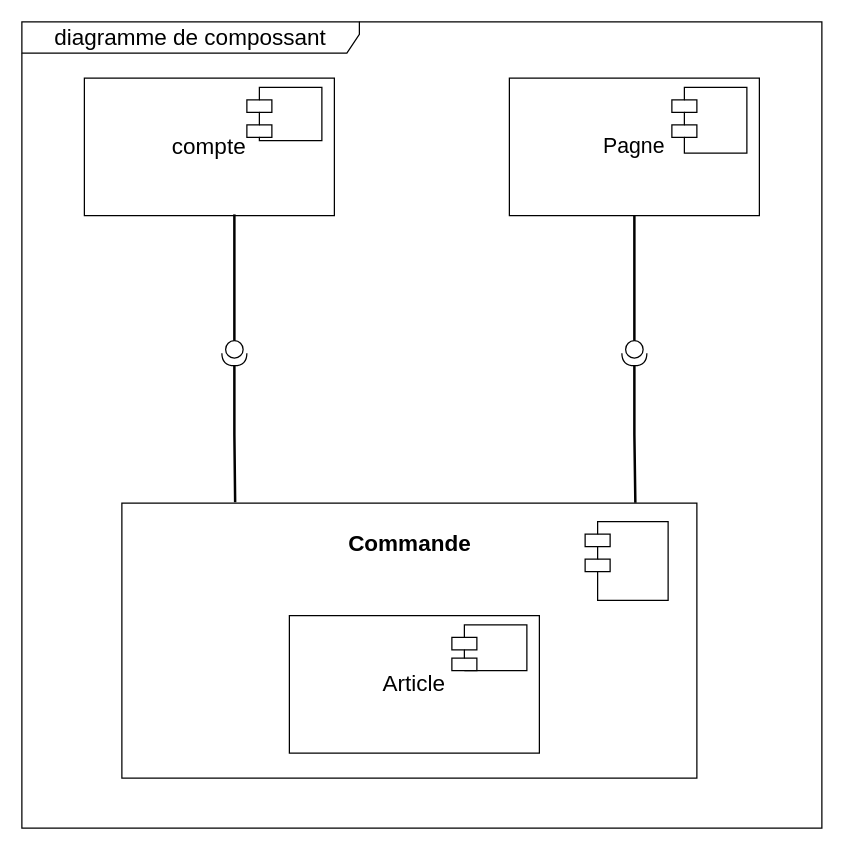
Before: res/composan.drawio in Meshavegas/Fadhyl-Store, a draw.io diagram. Source tidied: cells renumbered, new cells numbered last; positions are measured from the earlier drawing's top-left corner, leaving out a move shared by most shapes. Both pictures are drawn from the tidied source at 125%, with x=0, y=0 at pixel (21, 21).
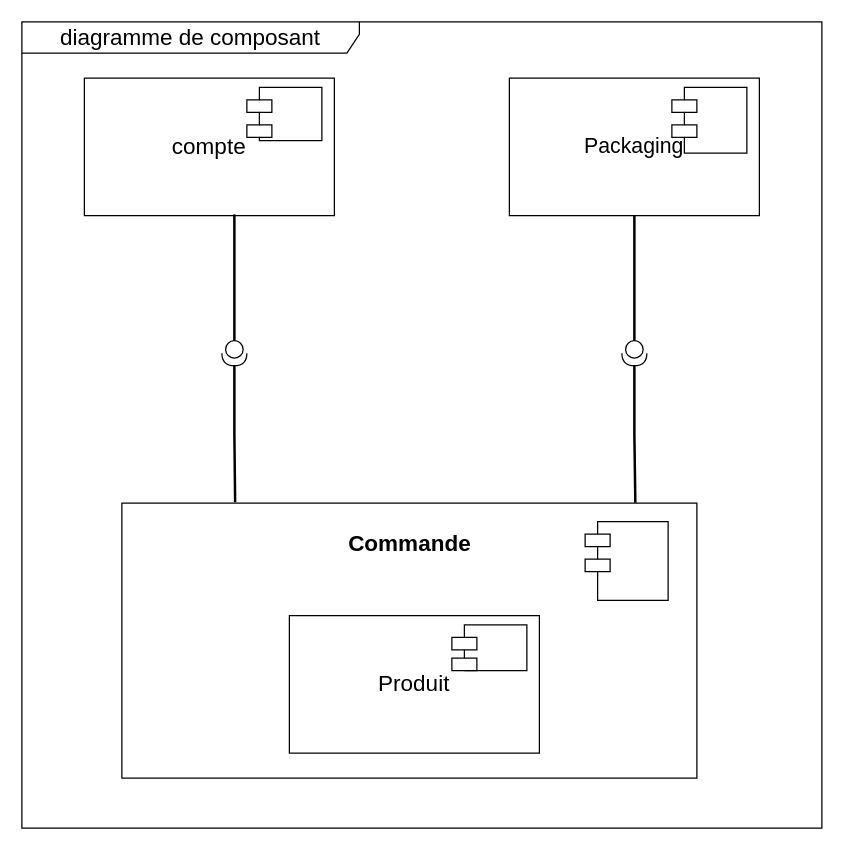
The same page after the edit.

The change refers to these unchanged cells:
```xml
<mxCell id="5" style="group;" parent="1" vertex="1">
  <mxGeometry x="390" y="45" width="200" height="110" as="geometry" />
</mxCell>
<mxCell id="11" style="group;" parent="8" vertex="1">
  <mxGeometry x="134" y="90" width="200" height="110" as="geometry" />
</mxCell>
```

What changed in the source:
```diff
@@
-    <mxCell id="6" value="&lt;font style=&quot;font-size: 17px;&quot;&gt;Pagne&lt;/font&gt;" style="rounded=0;whiteSpace=wrap;html=1;" parent="5" vertex="1">
+    <mxCell id="6" value="&lt;font style=&quot;font-size: 17px;&quot;&gt;Packaging&lt;/font&gt;" style="rounded=0;whiteSpace=wrap;html=1;" parent="5" vertex="1">
       <mxGeometry width="200" height="110" as="geometry" />
     </mxCell>
@@
-    <mxCell id="12" value="&lt;font style=&quot;font-size: 18px;&quot;&gt;Article&lt;/font&gt;" style="rounded=0;whiteSpace=wrap;html=1;" parent="11" vertex="1">
+    <mxCell id="12" value="&lt;font style=&quot;font-size: 18px;&quot;&gt;Produit&lt;/font&gt;" style="rounded=0;whiteSpace=wrap;html=1;" parent="11" vertex="1">
       <mxGeometry width="200" height="110" as="geometry" />
     </mxCell>
@@
-    <mxCell id="21" value="&lt;font style=&quot;font-size: 18px;&quot;&gt;diagramme de compossant&lt;/font&gt;" style="shape=umlFrame;whiteSpace=wrap;html=1;width=270;height=25;" parent="1" vertex="1">
+    <mxCell id="21" value="&lt;font style=&quot;font-size: 18px;&quot;&gt;diagramme de composant&lt;/font&gt;" style="shape=umlFrame;whiteSpace=wrap;html=1;width=270;height=25;" parent="1" vertex="1">
       <mxGeometry width="640" height="645" as="geometry" />
     </mxCell>
```
